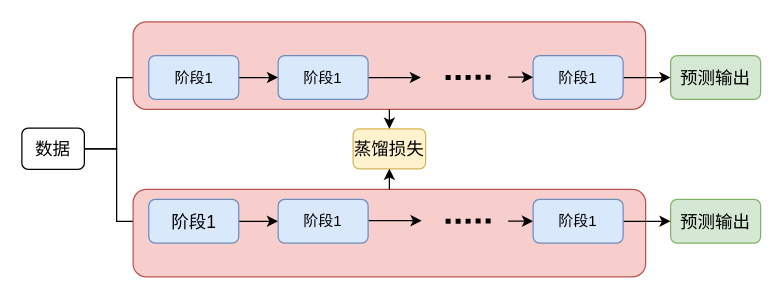
Before: 3-4蒸馏2drawio.drawio in Losh-shi/graduate_map, a draw.io diagram. Source tidied: cells renumbered, new cells numbered last; positions are measured from the earlier drawing's top-left corner, leaving out a move shared by most shapes. Both pictures are drawn from the tidied source at 125%, with x=0, y=0 at pixel (21, 21).
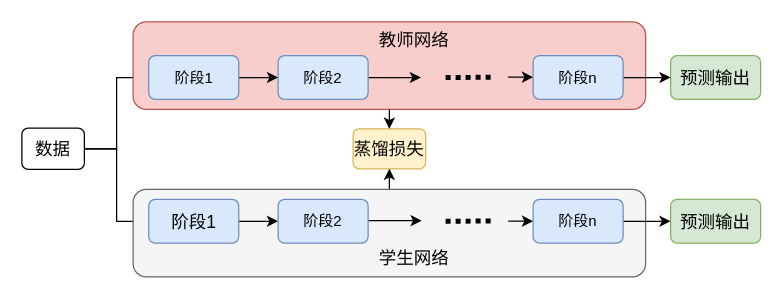
The same diagram, later.

The change refers to these unchanged cells:
```xml
<mxCell id="5" value="&lt;font style=&quot;font-size: 14px;&quot; face=&quot;宋体&quot;&gt;蒸馏损失&lt;/font&gt;" style="rounded=1;whiteSpace=wrap;html=1;fillColor=#fff2cc;strokeColor=#d6b656;" parent="1" vertex="1">
  <mxGeometry x="265" y="85.5" width="58" height="32" as="geometry" />
</mxCell>
<mxCell id="6" style="group;" parent="1" vertex="1">
  <mxGeometry x="89" width="502" height="70" as="geometry" />
</mxCell>
<mxCell id="7" style="rounded=1;whiteSpace=wrap;html=1;fillColor=#f8cecc;strokeColor=#b85450;" parent="6" vertex="1">
  <mxGeometry width="410" height="70" as="geometry" />
</mxCell>
```

Change to the diagram source:
```diff
@@
-    <mxCell id="12" value="&lt;font face=&quot;宋体&quot;&gt;阶段1&lt;/font&gt;" style="rounded=1;whiteSpace=wrap;html=1;fillColor=#dae8fc;strokeColor=#6c8ebf;" parent="6" vertex="1">
+    <mxCell id="12" value="&lt;font face=&quot;宋体&quot;&gt;阶段2&lt;/font&gt;" style="rounded=1;whiteSpace=wrap;html=1;fillColor=#dae8fc;strokeColor=#6c8ebf;" parent="6" vertex="1">
       <mxGeometry x="116" y="27" width="72" height="35" as="geometry" />
     </mxCell>
@@
-    <mxCell id="15" value="&lt;font face=&quot;宋体&quot;&gt;阶段1&lt;/font&gt;" style="rounded=1;whiteSpace=wrap;html=1;fillColor=#dae8fc;strokeColor=#6c8ebf;" parent="6" vertex="1">
+    <mxCell id="15" value="&lt;font face=&quot;宋体&quot;&gt;阶段n&lt;/font&gt;" style="rounded=1;whiteSpace=wrap;html=1;fillColor=#dae8fc;strokeColor=#6c8ebf;" parent="6" vertex="1">
       <mxGeometry x="320" y="27" width="72" height="35" as="geometry" />
     </mxCell>
@@
-    <mxCell id="17" style="group;" parent="1" vertex="1">
-      <mxGeometry x="89" y="134" width="502" height="70" as="geometry" />
-    </mxCell>
+    <mxCell id="28" style="edgeStyle=orthogonalEdgeStyle;rounded=0;jettySize=auto;html=1;exitX=0.5;exitY=1;exitDx=0;exitDy=0;entryX=0.5;entryY=0;entryDx=0;entryDy=0;" parent="1" edge="1" source="7" target="5">
+      <mxGeometry relative="1" as="geometry" />
+    </mxCell>
+    <mxCell id="29" style="edgeStyle=orthogonalEdgeStyle;rounded=0;jettySize=auto;html=1;exitX=0.5;exitY=0;exitDx=0;exitDy=0;entryX=0.5;entryY=1;entryDx=0;entryDy=0;" parent="1" edge="1" source="18" target="5">
+      <mxGeometry relative="1" as="geometry" />
+    </mxCell>
-    <mxCell id="18" style="rounded=1;whiteSpace=wrap;html=1;fillColor=#f8cecc;strokeColor=#b85450;" parent="17" vertex="1">
-      <mxGeometry width="410" height="70" as="geometry" />
+    <mxCell id="18" style="rounded=1;whiteSpace=wrap;html=1;fillColor=#f5f5f5;strokeColor=#666666;fontColor=#333333;" parent="1" vertex="1">
+      <mxGeometry x="89" y="134" width="410" height="70" as="geometry" />
     </mxCell>
-    <mxCell id="19" style="edgeStyle=orthogonalEdgeStyle;rounded=0;jettySize=auto;html=1;entryX=0;entryY=0.5;entryDx=0;entryDy=0;" parent="17" edge="1" source="20" target="23">
+    <mxCell id="19" style="edgeStyle=orthogonalEdgeStyle;rounded=0;jettySize=auto;html=1;entryX=0;entryY=0.5;entryDx=0;entryDy=0;" parent="1" edge="1" source="20" target="23">
       <mxGeometry relative="1" as="geometry" />
     </mxCell>
-    <mxCell id="20" value="&lt;font style=&quot;font-size: 14px;&quot; face=&quot;宋体&quot;&gt;阶段1&lt;/font&gt;" style="rounded=1;whiteSpace=wrap;html=1;fillColor=#dae8fc;strokeColor=#6c8ebf;" parent="17" vertex="1">
-      <mxGeometry x="12.5" y="8" width="72" height="35" as="geometry" />
+    <mxCell id="20" value="&lt;font style=&quot;font-size: 14px;&quot; face=&quot;宋体&quot;&gt;阶段1&lt;/font&gt;" style="rounded=1;whiteSpace=wrap;html=1;fillColor=#dae8fc;strokeColor=#6c8ebf;" parent="1" vertex="1">
+      <mxGeometry x="101.5" y="142" width="72" height="35" as="geometry" />
     </mxCell>
-    <mxCell id="21" value="&lt;font style=&quot;font-size: 14px;&quot; face=&quot;宋体&quot;&gt;预测输出&lt;/font&gt;" style="rounded=1;whiteSpace=wrap;html=1;fillColor=#d5e8d4;strokeColor=#82b366;" parent="17" vertex="1">
-      <mxGeometry x="430" y="8" width="72" height="35" as="geometry" />
+    <mxCell id="21" value="&lt;font style=&quot;font-size: 14px;&quot; face=&quot;宋体&quot;&gt;预测输出&lt;/font&gt;" style="rounded=1;whiteSpace=wrap;html=1;fillColor=#d5e8d4;strokeColor=#82b366;" parent="1" vertex="1">
+      <mxGeometry x="519" y="142" width="72" height="35" as="geometry" />
     </mxCell>
-    <mxCell id="22" style="edgeStyle=orthogonalEdgeStyle;rounded=0;jettySize=auto;html=1;" parent="17" edge="1" source="23">
+    <mxCell id="22" style="edgeStyle=orthogonalEdgeStyle;rounded=0;jettySize=auto;html=1;" parent="1" edge="1" source="23">
       <mxGeometry relative="1" as="geometry">
-        <mxPoint x="230.9" y="25" as="targetPoint" />
+        <mxPoint x="319.9" y="159" as="targetPoint" />
       </mxGeometry>
     </mxCell>
-    <mxCell id="23" value="&lt;font face=&quot;宋体&quot;&gt;阶段1&lt;/font&gt;" style="rounded=1;whiteSpace=wrap;html=1;fillColor=#dae8fc;strokeColor=#6c8ebf;" parent="17" vertex="1">
-      <mxGeometry x="116" y="8" width="72" height="35" as="geometry" />
+    <mxCell id="23" value="&lt;font face=&quot;宋体&quot;&gt;阶段2&lt;/font&gt;" style="rounded=1;whiteSpace=wrap;html=1;fillColor=#dae8fc;strokeColor=#6c8ebf;" parent="1" vertex="1">
+      <mxGeometry x="205" y="142" width="72" height="35" as="geometry" />
     </mxCell>
-    <mxCell id="24" style="endArrow=none;dashed=1;html=1;rounded=0;dashPattern=1 1;strokeWidth=4;" parent="17" edge="1">
+    <mxCell id="24" style="endArrow=none;dashed=1;html=1;rounded=0;dashPattern=1 1;strokeWidth=4;" parent="1" edge="1">
       <mxGeometry relative="1" as="geometry">
-        <mxPoint x="250" y="25.5" as="sourcePoint" />
-        <mxPoint x="290" y="25.3" as="targetPoint" />
+        <mxPoint x="339" y="159.5" as="sourcePoint" />
+        <mxPoint x="379" y="159.3" as="targetPoint" />
       </mxGeometry>
     </mxCell>
-    <mxCell id="25" style="edgeStyle=orthogonalEdgeStyle;rounded=0;jettySize=auto;html=1;" parent="17" edge="1" source="27" target="21">
+    <mxCell id="25" style="edgeStyle=orthogonalEdgeStyle;rounded=0;jettySize=auto;html=1;" parent="1" edge="1" source="27" target="21">
       <mxGeometry relative="1" as="geometry" />
     </mxCell>
-    <mxCell id="26" style="edgeStyle=orthogonalEdgeStyle;rounded=0;jettySize=auto;html=1;exitX=0;exitY=0.5;exitDx=0;exitDy=0;entryX=0;entryY=0.5;entryDx=0;entryDy=0;" parent="17" edge="1" target="27">
+    <mxCell id="26" style="edgeStyle=orthogonalEdgeStyle;rounded=0;jettySize=auto;html=1;exitX=0;exitY=0.5;exitDx=0;exitDy=0;entryX=0;entryY=0.5;entryDx=0;entryDy=0;" parent="1" edge="1" target="27">
       <mxGeometry relative="1" as="geometry">
-        <mxPoint x="300" y="25.4" as="sourcePoint" />
+        <mxPoint x="389" y="159.4" as="sourcePoint" />
       </mxGeometry>
     </mxCell>
-    <mxCell id="27" value="&lt;font face=&quot;宋体&quot;&gt;阶段1&lt;/font&gt;" style="rounded=1;whiteSpace=wrap;html=1;fillColor=#dae8fc;strokeColor=#6c8ebf;" parent="17" vertex="1">
-      <mxGeometry x="320" y="8" width="72" height="35" as="geometry" />
+    <mxCell id="27" value="&lt;font face=&quot;宋体&quot;&gt;阶段n&lt;/font&gt;" style="rounded=1;whiteSpace=wrap;html=1;fillColor=#dae8fc;strokeColor=#6c8ebf;" parent="1" vertex="1">
+      <mxGeometry x="409" y="142" width="72" height="35" as="geometry" />
     </mxCell>
-    <mxCell id="28" style="edgeStyle=orthogonalEdgeStyle;rounded=0;jettySize=auto;html=1;exitX=0.5;exitY=1;exitDx=0;exitDy=0;entryX=0.5;entryY=0;entryDx=0;entryDy=0;" parent="1" edge="1" source="7" target="5">
-      <mxGeometry relative="1" as="geometry" />
-    </mxCell>
-    <mxCell id="29" style="edgeStyle=orthogonalEdgeStyle;rounded=0;jettySize=auto;html=1;exitX=0.5;exitY=0;exitDx=0;exitDy=0;entryX=0.5;entryY=1;entryDx=0;entryDy=0;" parent="1" edge="1" source="18" target="5">
-      <mxGeometry relative="1" as="geometry" />
-    </mxCell>
+    <mxCell id="30" value="&lt;font style=&quot;font-size: 14px;&quot; face=&quot;宋体&quot;&gt;学生网络&lt;/font&gt;" style="text;align=center;html=1;verticalAlign=middle;whiteSpace=wrap;rounded=1;strokeWidth=1;perimeterSpacing=10;" parent="1" vertex="1">
+      <mxGeometry x="277" y="174" width="74" height="30" as="geometry" />
+    </mxCell>
+    <mxCell id="31" value="&lt;font style=&quot;font-size: 14px;&quot; face=&quot;宋体&quot;&gt;教师网络&lt;/font&gt;" style="text;align=center;html=1;verticalAlign=middle;whiteSpace=wrap;rounded=1;strokeWidth=1;perimeterSpacing=10;" parent="1" vertex="1">
+      <mxGeometry x="277" width="74" height="30" as="geometry" />
+    </mxCell>
```
